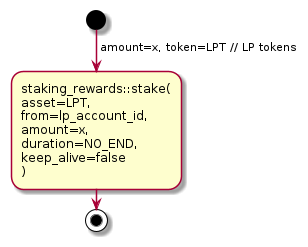
Above: rfcs/images/pablo-fNFT-add-liquidity.png in andresmechali/composable (PlantUML), before the change. Its diagram source:
```plantuml
@startuml
start
->amount=x, token=LPT // LP tokens;
:staking_rewards::stake(
asset=LPT,
from=lp_account_id,
amount=x,
duration=NO_END,
keep_alive=false
);
stop
@enduml
```
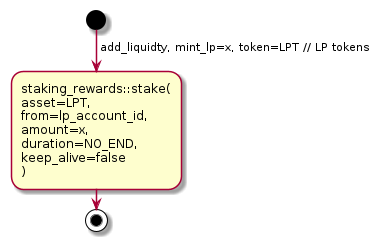
Later version of the same file.

Change to the diagram source:
```diff
@@ -1,6 +1,6 @@
 @startuml
 start
-->amount=x, token=LPT // LP tokens;
+->add_liquidty, mint_lp=x, token=LPT // LP tokens;
 :staking_rewards::stake(
 asset=LPT,
 from=lp_account_id,
```
